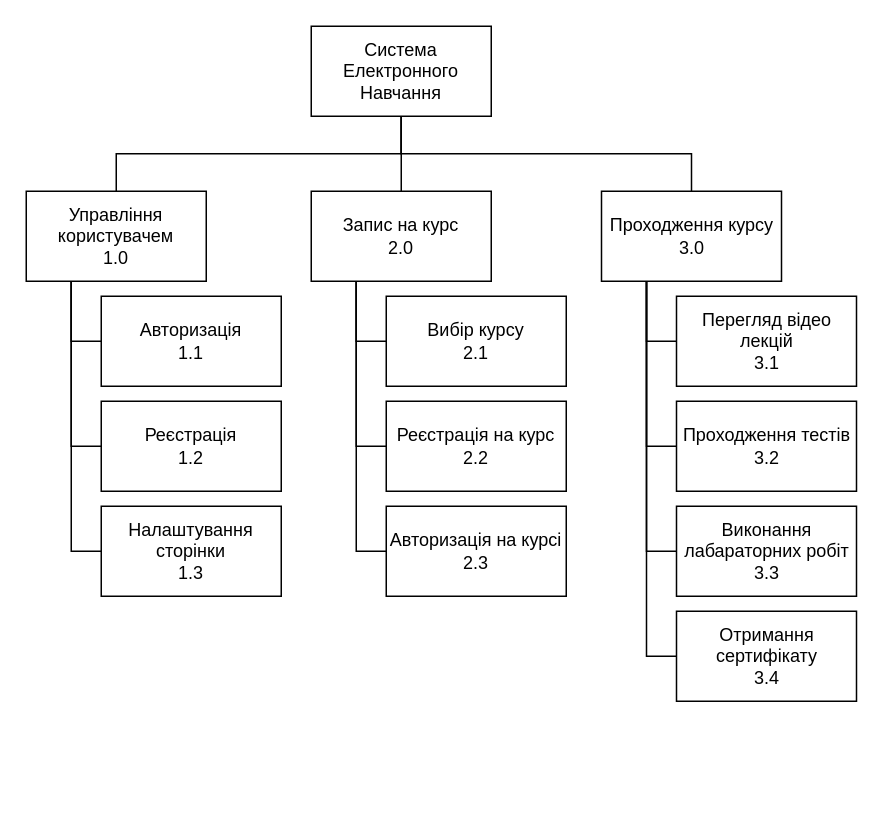
Above: page "Page-1" (1 of 3) of LR2.drawio in SlayVic/Charts (draw.io), before the change. Source tidied: cells renumbered, new cells numbered last; positions are measured from the earlier drawing's top-left corner, leaving out a move shared by most shapes. Both pictures are drawn from the tidied source at 150%, with x=0, y=0 at pixel (26, 26).
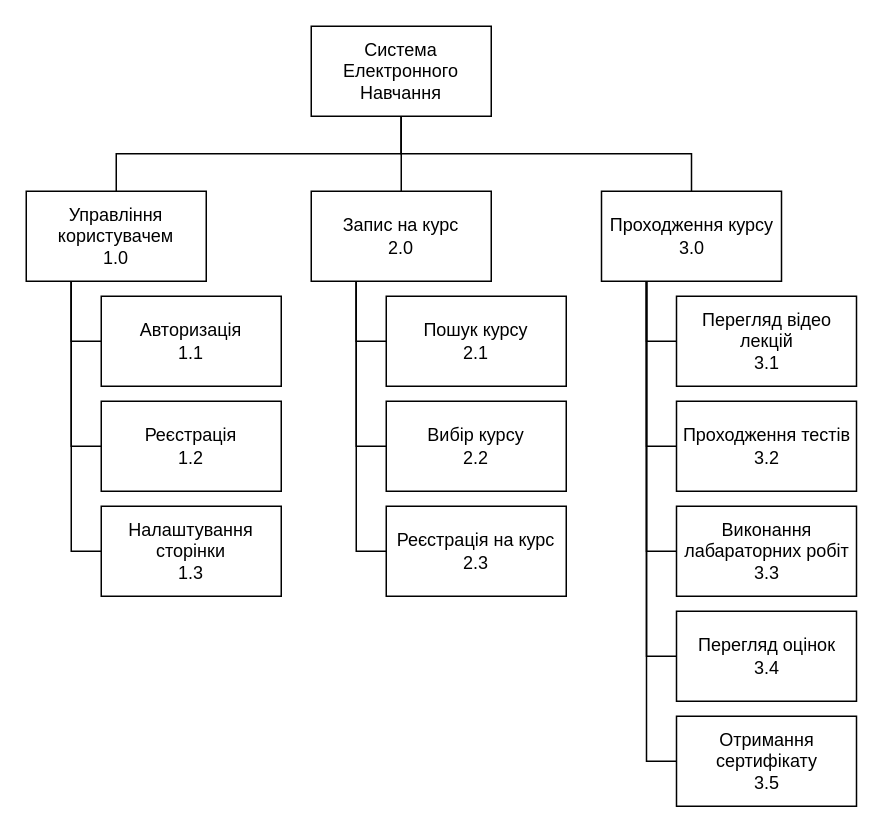
Above is the later version.

Unchanged cells that the change refers to:
```xml
<mxCell id="18" value="Проходження курсу&lt;br&gt;3.0" style="rounded=0;whiteSpace=wrap;html=1;" parent="1" vertex="1">
  <mxGeometry x="383.5" y="110" width="120" height="60" as="geometry" />
</mxCell>
```

What changed in the source:
```diff
@@
+    <mxCell id="29" style="edgeStyle=orthogonalEdgeStyle;rounded=0;jettySize=auto;html=1;exitX=0.25;exitY=1;exitDx=0;exitDy=0;entryX=0;entryY=0.5;entryDx=0;entryDy=0;endArrow=none;endFill=0;" parent="1" edge="1" source="18" target="30">
+      <mxGeometry relative="1" as="geometry" />
+    </mxCell>
@@
-    <mxCell id="22" value="Вибір курсу&lt;br&gt;2.1" style="rounded=0;whiteSpace=wrap;html=1;" parent="1" vertex="1">
+    <mxCell id="22" value="Пошук курсу&lt;br&gt;2.1" style="rounded=0;whiteSpace=wrap;html=1;" parent="1" vertex="1">
       <mxGeometry x="240" y="180" width="120" height="60" as="geometry" />
     </mxCell>
@@
-    <mxCell id="24" value="Реєстрація на курс&lt;br&gt;2.2" style="rounded=0;whiteSpace=wrap;html=1;" parent="1" vertex="1">
+    <mxCell id="24" value="Вибір курсу&lt;br&gt;2.2" style="rounded=0;whiteSpace=wrap;html=1;" parent="1" vertex="1">
       <mxGeometry x="240" y="250" width="120" height="60" as="geometry" />
     </mxCell>
@@
-    <mxCell id="26" value="Авторизація на курсі&lt;br&gt;2.3" style="rounded=0;whiteSpace=wrap;html=1;" parent="1" vertex="1">
+    <mxCell id="26" value="Реєстрація на курс&lt;br&gt;2.3" style="rounded=0;whiteSpace=wrap;html=1;" parent="1" vertex="1">
       <mxGeometry x="240" y="320" width="120" height="60" as="geometry" />
     </mxCell>
@@
-    <mxCell id="28" value="Отримання сертифікату&lt;br&gt;3.4" style="rounded=0;whiteSpace=wrap;html=1;" parent="1" vertex="1">
+    <mxCell id="28" value="Перегляд оцінок&lt;br&gt;3.4" style="rounded=0;whiteSpace=wrap;html=1;" parent="1" vertex="1">
       <mxGeometry x="433.5" y="390" width="120" height="60" as="geometry" />
     </mxCell>
+    <mxCell id="30" value="Отримання сертифікату&lt;br&gt;3.5" style="rounded=0;whiteSpace=wrap;html=1;" parent="1" vertex="1">
+      <mxGeometry x="433.5" y="460" width="120" height="60" as="geometry" />
+    </mxCell>
```
